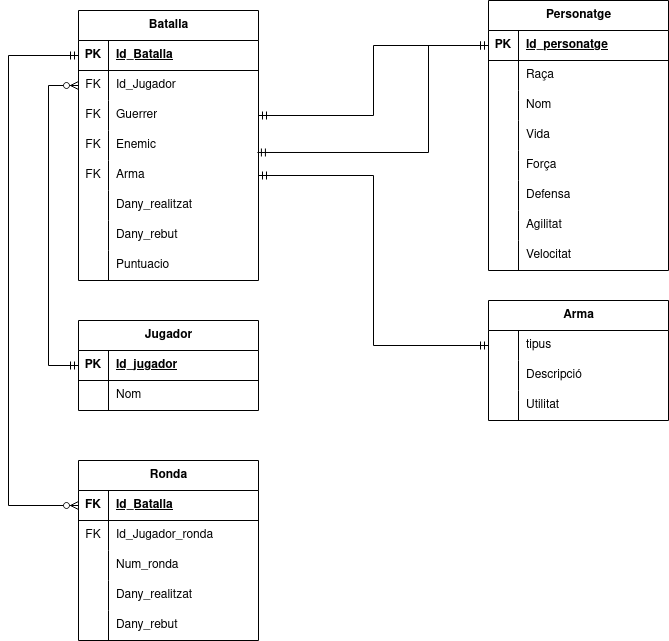
Earlier version of the draw.io export M2/Proyecto2BBDD.png (ivillaecija/Proyecto2). Source tidied: cells renumbered, new cells last; positions are measured from the earlier drawing's top-left corner, leaving out a move shared by most shapes.
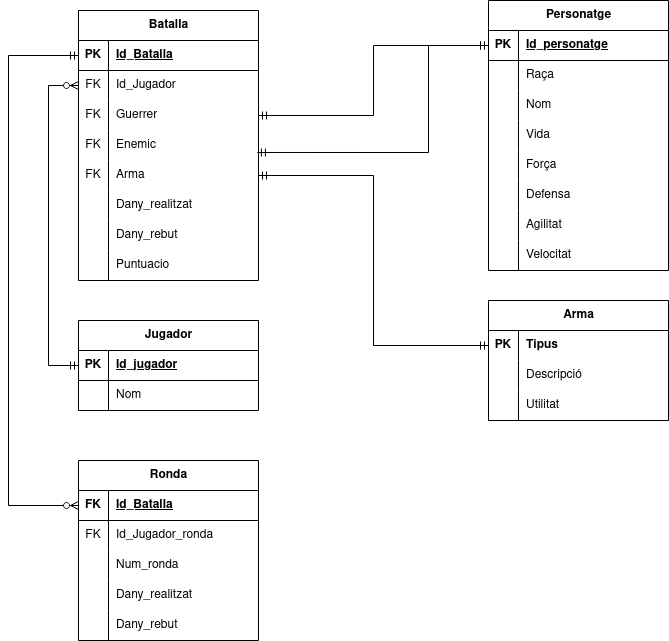
After the commit.

Diff of the diagram source:
```diff
@@ -104,10 +104,10 @@
     <mxCell id="35" style="shape=tableRow;horizontal=0;startSize=0;swimlaneHead=0;swimlaneBody=0;fillColor=none;points=[[0,0.5],[1,0.5]];portConstraint=eastwest;top=0;left=0;right=0;bottom=0;" parent="34" vertex="1">
       <mxGeometry y="30" width="180" height="30" as="geometry" />
     </mxCell>
-    <mxCell id="36" style="shape=partialRectangle;fillColor=none;top=0;left=0;bottom=0;right=0;overflow=hidden;whiteSpace=wrap;html=1;" parent="35" vertex="1">
+    <mxCell id="36" value="&lt;b&gt;PK&lt;/b&gt;" style="shape=partialRectangle;fillColor=none;top=0;left=0;bottom=0;right=0;overflow=hidden;whiteSpace=wrap;html=1;" parent="35" vertex="1">
       <mxGeometry width="30" height="30" as="geometry" />
     </mxCell>
-    <mxCell id="37" value="tipus" style="shape=partialRectangle;fillColor=none;top=0;left=0;bottom=0;right=0;align=left;spacingLeft=6;overflow=hidden;whiteSpace=wrap;html=1;" parent="35" vertex="1">
+    <mxCell id="37" value="&lt;b&gt;Tipus&lt;/b&gt;" style="shape=partialRectangle;fillColor=none;top=0;left=0;bottom=0;right=0;align=left;spacingLeft=6;overflow=hidden;whiteSpace=wrap;html=1;" parent="35" vertex="1">
       <mxGeometry x="30" width="150" height="30" as="geometry" />
     </mxCell>
     <mxCell id="38" style="shape=tableRow;horizontal=0;startSize=0;swimlaneHead=0;swimlaneBody=0;fillColor=none;top=0;left=0;right=0;bottom=0;" parent="34" vertex="1">
```
